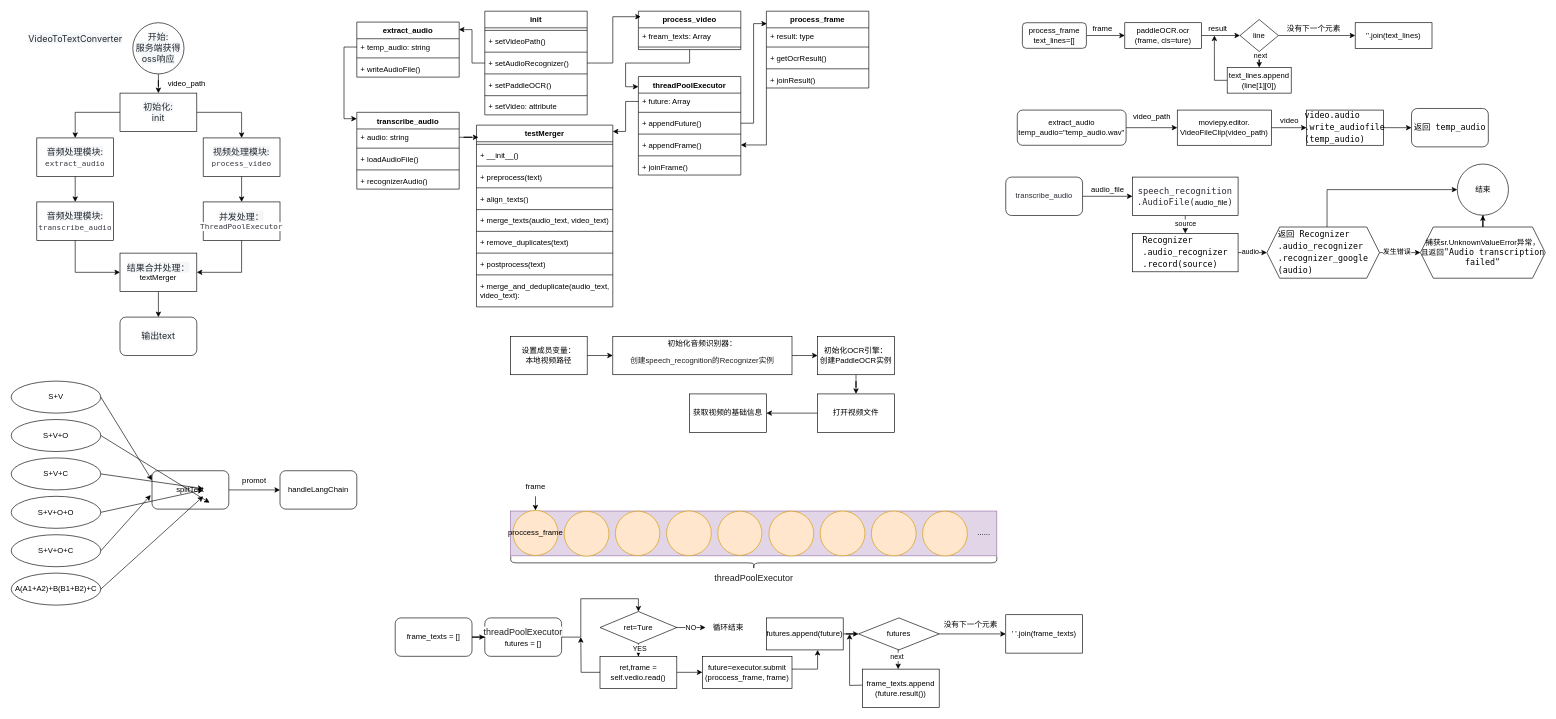
The draw.io diagram 未命名绘图.drawio in gjf610/my-blog, before the edit. Source tidied: cells renumbered, new cells numbered last; positions are measured from the earlier drawing's top-left corner, leaving out a move shared by most shapes. Both pictures are drawn from the tidied source at 64%, with x=0, y=0 at pixel (11, 11).
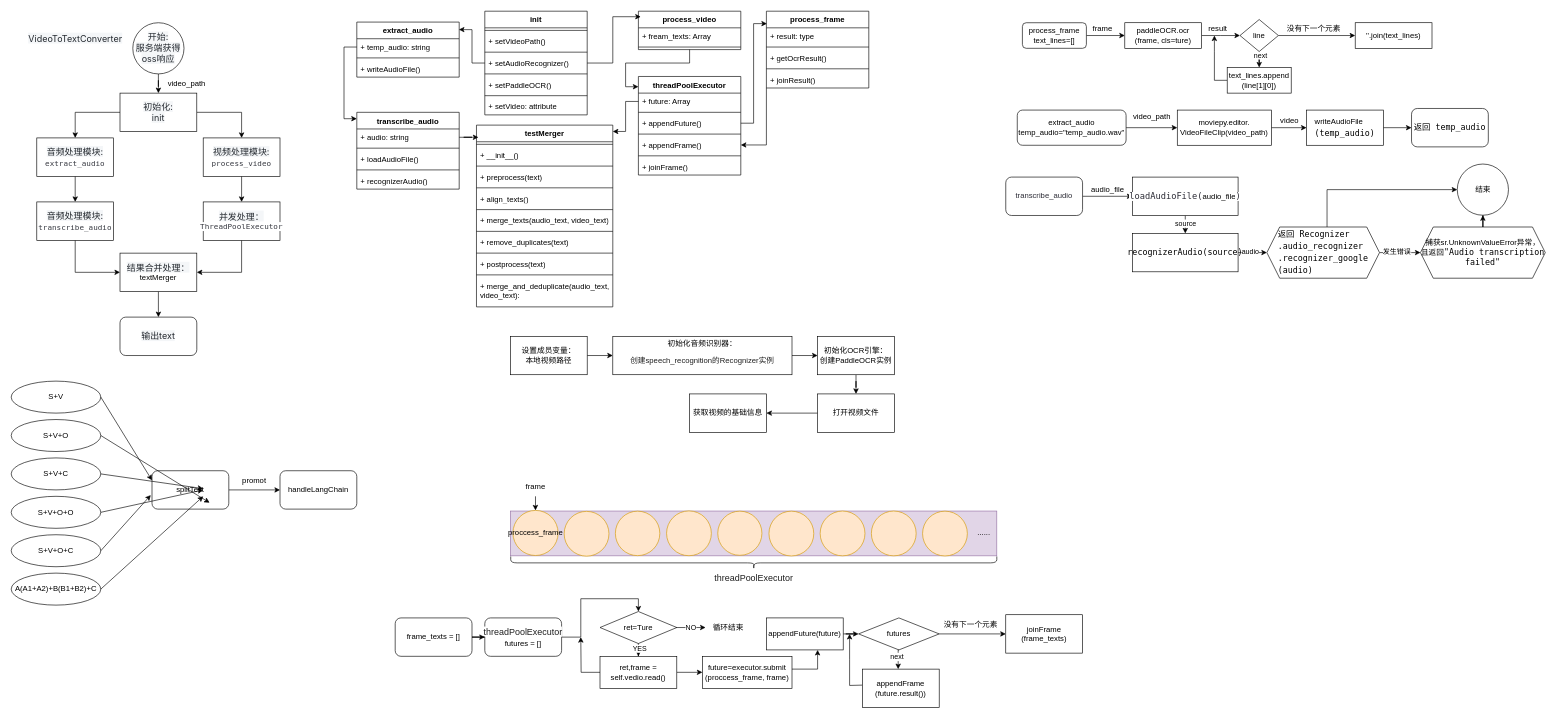
After the change.

Commit message (it also covers changes not shown here):
更新未命名绘图.drawio

What changed in the source:
```diff
@@
-    <mxCell id="129" value="futures.append(future)" style="rounded=0;whiteSpace=wrap;html=1;" parent="1" vertex="1">
+    <mxCell id="129" value="&lt;span style=&quot;text-align: left;&quot;&gt;appendFuture&lt;/span&gt;(future)" style="rounded=0;whiteSpace=wrap;html=1;" parent="1" vertex="1">
       <mxGeometry x="1180" y="948" width="120" height="50" as="geometry" />
     </mxCell>
@@
-    <mxCell id="135" value="frame_texts.append&lt;br&gt;(future.result())" style="rounded=0;whiteSpace=wrap;html=1;" parent="1" vertex="1">
+    <mxCell id="135" value="&lt;span style=&quot;text-align: left;&quot;&gt;appendFrame&lt;/span&gt;&lt;br&gt;(future.result())" style="rounded=0;whiteSpace=wrap;html=1;" parent="1" vertex="1">
       <mxGeometry x="1330" y="1028" width="120" height="60" as="geometry" />
     </mxCell>
@@
-    <mxCell id="139" value="' '.join(frame_texts)" style="rounded=0;whiteSpace=wrap;html=1;" parent="1" vertex="1">
+    <mxCell id="139" value="&lt;span style=&quot;text-align: left;&quot;&gt;joinFrame&lt;br&gt;&lt;/span&gt;(frame_texts)" style="rounded=0;whiteSpace=wrap;html=1;" parent="1" vertex="1">
       <mxGeometry x="1554" y="943" width="120" height="60" as="geometry" />
     </mxCell>
@@
-    <mxCell id="164" value="&lt;pre style=&quot;--un-rotate: 0; --un-rotate-x: 0; --un-rotate-y: 0; --un-rotate-z: 0; --un-scale-x: 1; --un-scale-y: 1; --un-scale-z: 1; --un-skew-x: 0; --un-skew-y: 0; --un-translate-x: 0; --un-translate-y: 0; --un-translate-z: 0; --un-pan-x: ; --un-pan-y: ; --un-pinch-zoom: ; --un-scroll-snap-strictness: proximity; --un-ordinal: ; --un-slashed-zero: ; --un-numeric-figure: ; --un-numeric-spacing: ; --un-numeric-fraction: ; --un-border-spacing-x: 0; --un-border-spacing-y: 0; --un-ring-offset-shadow: 0 0 transparent; --un-ring-shadow: 0 0 transparent; --un-shadow-inset: ; --un-shadow: 0 0 transparent; --un-ring-inset: ; --un-ring-offset-width: 0px; --un-ring-offset-color: #fff; --un-ring-width: 0px; --un-ring-color: rgba(147,197,253,.5); --un-blur: ; --un-brightness: ; --un-contrast: ; --un-drop-shadow: ; --un-grayscale: ; --un-hue-rotate: ; --un-invert: ; --un-saturate: ; --un-sepia: ; --un-backdrop-blur: ; --un-backdrop-brightness: ; --un-backdrop-contrast: ; --un-backdrop-grayscale: ; --un-backdrop-hue-rotate: ; --un-backdrop-invert: ; --un-backdrop-opacity: ; --un-backdrop-saturate: ; --un-backdrop-sepia: ; box-sizing: border-box; font-family: ui-monospace, SFMono-Regular, &amp;quot;SF Mono&amp;quot;, Menlo, Consolas, &amp;quot;Liberation Mono&amp;quot;, monospace; font-size: 13px; line-height: 1.45; margin-top: 0px; margin-bottom: 0px; overflow-wrap: normal; background: var(--TY-Fill-1); border-radius: 6px; overflow: auto; padding: 16px 8px; text-align: left;&quot;&gt;&lt;code style=&quot;--un-rotate: 0; --un-rotate-x: 0; --un-rotate-y: 0; --un-rotate-z: 0; --un-scale-x: 1; --un-scale-y: 1; --un-scale-z: 1; --un-skew-x: 0; --un-skew-y: 0; --un-translate-x: 0; --un-translate-y: 0; --un-translate-z: 0; --un-pan-x: ; --un-pan-y: ; --un-pinch-zoom: ; --un-scroll-snap-strictness: proximity; --un-ordinal: ; --un-slashed-zero: ; --un-numeric-figure: ; --un-numeric-spacing: ; --un-numeric-fraction: ; --un-border-spacing-x: 0; --un-border-spacing-y: 0; --un-ring-offset-shadow: 0 0 transparent; --un-ring-shadow: 0 0 transparent; --un-shadow-inset: ; --un-shadow: 0 0 transparent; --un-ring-inset: ; --un-ring-offset-width: 0px; --un-ring-offset-color: #fff; --un-ring-width: 0px; --un-ring-color: rgba(147,197,253,.5); --un-blur: ; --un-brightness: ; --un-contrast: ; --un-drop-shadow: ; --un-grayscale: ; --un-hue-rotate: ; --un-invert: ; --un-saturate: ; --un-sepia: ; --un-backdrop-blur: ; --un-backdrop-brightness: ; --un-backdrop-contrast: ; --un-backdrop-grayscale: ; --un-backdrop-hue-rotate: ; --un-backdrop-invert: ; --un-backdrop-opacity: ; --un-backdrop-saturate: ; --un-backdrop-sepia: ; box-sizing: border-box; font-family: ui-monospace, SFMono-Regular, &amp;quot;SF Mono&amp;quot;, Menlo, Consolas, &amp;quot;Liberation Mono&amp;quot;, monospace; background: transparent; border-radius: 6px; margin: 0px; padding: 0px; border: 0px; word-break: normal; overflow-wrap: normal; display: inline; line-height: inherit;&quot;&gt;&lt;span style=&quot;--un-rotate: 0; --un-rotate-x: 0; --un-rotate-y: 0; --un-rotate-z: 0; --un-scale-x: 1; --un-scale-y: 1; --un-scale-z: 1; --un-skew-x: 0; --un-skew-y: 0; --un-translate-x: 0; --un-translate-y: 0; --un-translate-z: 0; --un-pan-x: ; --un-pan-y: ; --un-pinch-zoom: ; --un-scroll-snap-strictness: proximity; --un-ordinal: ; --un-slashed-zero: ; --un-numeric-figure: ; --un-numeric-spacing: ; --un-numeric-fraction: ; --un-border-spacing-x: 0; --un-border-spacing-y: 0; --un-ring-offset-shadow: 0 0 transparent; --un-ring-shadow: 0 0 transparent; --un-shadow-inset: ; --un-shadow: 0 0 transparent; --un-ring-inset: ; --un-ring-offset-width: 0px; --un-ring-offset-color: #fff; --un-ring-width: 0px; --un-ring-color: rgba(147,197,253,.5); --un-blur: ; --un-brightness: ; --un-contrast: ; --un-drop-shadow: ; --un-grayscale: ; --un-hue-rotate: ; --un-invert: ; --un-saturate: ; --un-sepia: ; --un-backdrop-blur: ; --un-backdrop-brightness: ; --un-backdrop-contrast: ; --un-backdrop-grayscale: ; --un-backdrop-hue-rotate: ; --un-backdrop-invert: ; --un-backdrop-opacity: ; --un-backdrop-saturate: ; --un-backdrop-sepia: ; box-sizing: border-box;&quot;&gt;video.audio&lt;br&gt;.write_audiofile&lt;br&gt;(temp_audio)&lt;/span&gt;&lt;/code&gt;&lt;/pre&gt;" style="rounded=0;whiteSpace=wrap;html=1;" parent="1" vertex="1">
+    <mxCell id="164" value="&lt;pre style=&quot;--un-rotate: 0; --un-rotate-x: 0; --un-rotate-y: 0; --un-rotate-z: 0; --un-scale-x: 1; --un-scale-y: 1; --un-scale-z: 1; --un-skew-x: 0; --un-skew-y: 0; --un-translate-x: 0; --un-translate-y: 0; --un-translate-z: 0; --un-pan-x: ; --un-pan-y: ; --un-pinch-zoom: ; --un-scroll-snap-strictness: proximity; --un-ordinal: ; --un-slashed-zero: ; --un-numeric-figure: ; --un-numeric-spacing: ; --un-numeric-fraction: ; --un-border-spacing-x: 0; --un-border-spacing-y: 0; --un-ring-offset-shadow: 0 0 transparent; --un-ring-shadow: 0 0 transparent; --un-shadow-inset: ; --un-shadow: 0 0 transparent; --un-ring-inset: ; --un-ring-offset-width: 0px; --un-ring-offset-color: #fff; --un-ring-width: 0px; --un-ring-color: rgba(147,197,253,.5); --un-blur: ; --un-brightness: ; --un-contrast: ; --un-drop-shadow: ; --un-grayscale: ; --un-hue-rotate: ; --un-invert: ; --un-saturate: ; --un-sepia: ; --un-backdrop-blur: ; --un-backdrop-brightness: ; --un-backdrop-contrast: ; --un-backdrop-grayscale: ; --un-backdrop-hue-rotate: ; --un-backdrop-invert: ; --un-backdrop-opacity: ; --un-backdrop-saturate: ; --un-backdrop-sepia: ; box-sizing: border-box; font-family: ui-monospace, SFMono-Regular, &amp;quot;SF Mono&amp;quot;, Menlo, Consolas, &amp;quot;Liberation Mono&amp;quot;, monospace; font-size: 13px; line-height: 1.45; margin-top: 0px; margin-bottom: 0px; overflow-wrap: normal; background: var(--TY-Fill-1); border-radius: 6px; overflow: auto; padding: 16px 8px; text-align: left;&quot;&gt;&lt;code style=&quot;--un-rotate: 0; --un-rotate-x: 0; --un-rotate-y: 0; --un-rotate-z: 0; --un-scale-x: 1; --un-scale-y: 1; --un-scale-z: 1; --un-skew-x: 0; --un-skew-y: 0; --un-translate-x: 0; --un-translate-y: 0; --un-translate-z: 0; --un-pan-x: ; --un-pan-y: ; --un-pinch-zoom: ; --un-scroll-snap-strictness: proximity; --un-ordinal: ; --un-slashed-zero: ; --un-numeric-figure: ; --un-numeric-spacing: ; --un-numeric-fraction: ; --un-border-spacing-x: 0; --un-border-spacing-y: 0; --un-ring-offset-shadow: 0 0 transparent; --un-ring-shadow: 0 0 transparent; --un-shadow-inset: ; --un-shadow: 0 0 transparent; --un-ring-inset: ; --un-ring-offset-width: 0px; --un-ring-offset-color: #fff; --un-ring-width: 0px; --un-ring-color: rgba(147,197,253,.5); --un-blur: ; --un-brightness: ; --un-contrast: ; --un-drop-shadow: ; --un-grayscale: ; --un-hue-rotate: ; --un-invert: ; --un-saturate: ; --un-sepia: ; --un-backdrop-blur: ; --un-backdrop-brightness: ; --un-backdrop-contrast: ; --un-backdrop-grayscale: ; --un-backdrop-hue-rotate: ; --un-backdrop-invert: ; --un-backdrop-opacity: ; --un-backdrop-saturate: ; --un-backdrop-sepia: ; box-sizing: border-box; font-family: ui-monospace, SFMono-Regular, &amp;quot;SF Mono&amp;quot;, Menlo, Consolas, &amp;quot;Liberation Mono&amp;quot;, monospace; background: transparent; border-radius: 6px; margin: 0px; padding: 0px; border: 0px; word-break: normal; overflow-wrap: normal; display: inline; line-height: inherit;&quot;&gt;&lt;span style=&quot;--un-rotate: 0; --un-rotate-x: 0; --un-rotate-y: 0; --un-rotate-z: 0; --un-scale-x: 1; --un-scale-y: 1; --un-scale-z: 1; --un-skew-x: 0; --un-skew-y: 0; --un-translate-x: 0; --un-translate-y: 0; --un-translate-z: 0; --un-pan-x: ; --un-pan-y: ; --un-pinch-zoom: ; --un-scroll-snap-strictness: proximity; --un-ordinal: ; --un-slashed-zero: ; --un-numeric-figure: ; --un-numeric-spacing: ; --un-numeric-fraction: ; --un-border-spacing-x: 0; --un-border-spacing-y: 0; --un-ring-offset-shadow: 0 0 transparent; --un-ring-shadow: 0 0 transparent; --un-shadow-inset: ; --un-shadow: 0 0 transparent; --un-ring-inset: ; --un-ring-offset-width: 0px; --un-ring-offset-color: #fff; --un-ring-width: 0px; --un-ring-color: rgba(147,197,253,.5); --un-blur: ; --un-brightness: ; --un-contrast: ; --un-drop-shadow: ; --un-grayscale: ; --un-hue-rotate: ; --un-invert: ; --un-saturate: ; --un-sepia: ; --un-backdrop-blur: ; --un-backdrop-brightness: ; --un-backdrop-contrast: ; --un-backdrop-grayscale: ; --un-backdrop-hue-rotate: ; --un-backdrop-invert: ; --un-backdrop-opacity: ; --un-backdrop-saturate: ; --un-backdrop-sepia: ; box-sizing: border-box;&quot;&gt;&lt;span style=&quot;font-family: Helvetica; font-size: 12px; white-space: normal;&quot;&gt;writeAudioFile&lt;br&gt;&lt;/span&gt;(temp_audio)&lt;/span&gt;&lt;/code&gt;&lt;/pre&gt;" style="rounded=0;whiteSpace=wrap;html=1;" parent="1" vertex="1">
       <mxGeometry x="2024" y="154.5" width="120" height="55" as="geometry" />
     </mxCell>
@@
-    <mxCell id="171" value="&lt;span style=&quot;background-color: rgb(255, 255, 255);&quot;&gt;&lt;span style=&quot;color: rgb(44, 44, 54); font-family: ui-monospace, SFMono-Regular, &amp;quot;SF Mono&amp;quot;, Menlo, Consolas, &amp;quot;Liberation Mono&amp;quot;, monospace; font-size: 13.6px; text-align: left; white-space-collapse: break-spaces;&quot;&gt;speech_recognition&lt;br&gt;.&lt;/span&gt;&lt;span style=&quot;color: rgb(44, 44, 54); font-family: ui-monospace, SFMono-Regular, &amp;quot;SF Mono&amp;quot;, Menlo, Consolas, &amp;quot;Liberation Mono&amp;quot;, monospace; font-size: 13.6px; text-align: left; white-space-collapse: break-spaces;&quot;&gt;AudioFile(&lt;/span&gt;&lt;/span&gt;&lt;span style=&quot;text-wrap-mode: nowrap;&quot;&gt;audio_file&lt;/span&gt;&lt;span style=&quot;background-color: rgb(255, 255, 255);&quot;&gt;&lt;span style=&quot;color: rgb(44, 44, 54); font-family: ui-monospace, SFMono-Regular, &amp;quot;SF Mono&amp;quot;, Menlo, Consolas, &amp;quot;Liberation Mono&amp;quot;, monospace; font-size: 13.6px; text-align: left; white-space-collapse: break-spaces;&quot;&gt;)&lt;/span&gt;&lt;/span&gt;" style="rounded=0;whiteSpace=wrap;html=1;" parent="1" vertex="1">
+    <mxCell id="171" value="&lt;span style=&quot;background-color: rgb(255, 255, 255);&quot;&gt;&lt;span style=&quot;color: rgb(44, 44, 54); font-family: ui-monospace, SFMono-Regular, &amp;quot;SF Mono&amp;quot;, Menlo, Consolas, &amp;quot;Liberation Mono&amp;quot;, monospace; font-size: 13.6px; text-align: left; white-space-collapse: break-spaces;&quot;&gt;loadAudioFile(&lt;/span&gt;&lt;/span&gt;&lt;span style=&quot;text-wrap-mode: nowrap;&quot;&gt;audio_file&lt;/span&gt;&lt;span style=&quot;background-color: rgb(255, 255, 255);&quot;&gt;&lt;span style=&quot;color: rgb(44, 44, 54); font-family: ui-monospace, SFMono-Regular, &amp;quot;SF Mono&amp;quot;, Menlo, Consolas, &amp;quot;Liberation Mono&amp;quot;, monospace; font-size: 13.6px; text-align: left; white-space-collapse: break-spaces;&quot;&gt;)&lt;/span&gt;&lt;/span&gt;" style="rounded=0;whiteSpace=wrap;html=1;" parent="1" vertex="1">
       <mxGeometry x="1752" y="259.2" width="165" height="60" as="geometry" />
     </mxCell>
@@
-    <mxCell id="175" value="&lt;pre style=&quot;--un-rotate: 0; --un-rotate-x: 0; --un-rotate-y: 0; --un-rotate-z: 0; --un-scale-x: 1; --un-scale-y: 1; --un-scale-z: 1; --un-skew-x: 0; --un-skew-y: 0; --un-translate-x: 0; --un-translate-y: 0; --un-translate-z: 0; --un-pan-x: ; --un-pan-y: ; --un-pinch-zoom: ; --un-scroll-snap-strictness: proximity; --un-ordinal: ; --un-slashed-zero: ; --un-numeric-figure: ; --un-numeric-spacing: ; --un-numeric-fraction: ; --un-border-spacing-x: 0; --un-border-spacing-y: 0; --un-ring-offset-shadow: 0 0 transparent; --un-ring-shadow: 0 0 transparent; --un-shadow-inset: ; --un-shadow: 0 0 transparent; --un-ring-inset: ; --un-ring-offset-width: 0px; --un-ring-offset-color: #fff; --un-ring-width: 0px; --un-ring-color: rgba(147,197,253,.5); --un-blur: ; --un-brightness: ; --un-contrast: ; --un-drop-shadow: ; --un-grayscale: ; --un-hue-rotate: ; --un-invert: ; --un-saturate: ; --un-sepia: ; --un-backdrop-blur: ; --un-backdrop-brightness: ; --un-backdrop-contrast: ; --un-backdrop-grayscale: ; --un-backdrop-hue-rotate: ; --un-backdrop-invert: ; --un-backdrop-opacity: ; --un-backdrop-saturate: ; --un-backdrop-sepia: ; box-sizing: border-box; font-family: ui-monospace, SFMono-Regular, &amp;quot;SF Mono&amp;quot;, Menlo, Consolas, &amp;quot;Liberation Mono&amp;quot;, monospace; font-size: 13px; line-height: 1.45; margin-top: 0px; margin-bottom: 0px; overflow-wrap: normal; background: var(--TY-Fill-1); border-radius: 6px; overflow: auto; padding: 16px 8px; text-align: left;&quot;&gt;&lt;code style=&quot;--un-rotate: 0; --un-rotate-x: 0; --un-rotate-y: 0; --un-rotate-z: 0; --un-scale-x: 1; --un-scale-y: 1; --un-scale-z: 1; --un-skew-x: 0; --un-skew-y: 0; --un-translate-x: 0; --un-translate-y: 0; --un-translate-z: 0; --un-pan-x: ; --un-pan-y: ; --un-pinch-zoom: ; --un-scroll-snap-strictness: proximity; --un-ordinal: ; --un-slashed-zero: ; --un-numeric-figure: ; --un-numeric-spacing: ; --un-numeric-fraction: ; --un-border-spacing-x: 0; --un-border-spacing-y: 0; --un-ring-offset-shadow: 0 0 transparent; --un-ring-shadow: 0 0 transparent; --un-shadow-inset: ; --un-shadow: 0 0 transparent; --un-ring-inset: ; --un-ring-offset-width: 0px; --un-ring-offset-color: #fff; --un-ring-width: 0px; --un-ring-color: rgba(147,197,253,.5); --un-blur: ; --un-brightness: ; --un-contrast: ; --un-drop-shadow: ; --un-grayscale: ; --un-hue-rotate: ; --un-invert: ; --un-saturate: ; --un-sepia: ; --un-backdrop-blur: ; --un-backdrop-brightness: ; --un-backdrop-contrast: ; --un-backdrop-grayscale: ; --un-backdrop-hue-rotate: ; --un-backdrop-invert: ; --un-backdrop-opacity: ; --un-backdrop-saturate: ; --un-backdrop-sepia: ; box-sizing: border-box; font-family: ui-monospace, SFMono-Regular, &amp;quot;SF Mono&amp;quot;, Menlo, Consolas, &amp;quot;Liberation Mono&amp;quot;, monospace; background: transparent; border-radius: 6px; margin: 0px; padding: 0px; border: 0px; word-break: normal; overflow-wrap: normal; display: inline; line-height: inherit;&quot;&gt;Recognizer&lt;br/&gt;.audio_recognizer&lt;br&gt;.record(source)&lt;/code&gt;&lt;/pre&gt;" style="rounded=0;whiteSpace=wrap;html=1;" parent="1" vertex="1">
+    <mxCell id="175" value="&lt;pre style=&quot;--un-rotate: 0; --un-rotate-x: 0; --un-rotate-y: 0; --un-rotate-z: 0; --un-scale-x: 1; --un-scale-y: 1; --un-scale-z: 1; --un-skew-x: 0; --un-skew-y: 0; --un-translate-x: 0; --un-translate-y: 0; --un-translate-z: 0; --un-pan-x: ; --un-pan-y: ; --un-pinch-zoom: ; --un-scroll-snap-strictness: proximity; --un-ordinal: ; --un-slashed-zero: ; --un-numeric-figure: ; --un-numeric-spacing: ; --un-numeric-fraction: ; --un-border-spacing-x: 0; --un-border-spacing-y: 0; --un-ring-offset-shadow: 0 0 transparent; --un-ring-shadow: 0 0 transparent; --un-shadow-inset: ; --un-shadow: 0 0 transparent; --un-ring-inset: ; --un-ring-offset-width: 0px; --un-ring-offset-color: #fff; --un-ring-width: 0px; --un-ring-color: rgba(147,197,253,.5); --un-blur: ; --un-brightness: ; --un-contrast: ; --un-drop-shadow: ; --un-grayscale: ; --un-hue-rotate: ; --un-invert: ; --un-saturate: ; --un-sepia: ; --un-backdrop-blur: ; --un-backdrop-brightness: ; --un-backdrop-contrast: ; --un-backdrop-grayscale: ; --un-backdrop-hue-rotate: ; --un-backdrop-invert: ; --un-backdrop-opacity: ; --un-backdrop-saturate: ; --un-backdrop-sepia: ; box-sizing: border-box; font-family: ui-monospace, SFMono-Regular, &amp;quot;SF Mono&amp;quot;, Menlo, Consolas, &amp;quot;Liberation Mono&amp;quot;, monospace; font-size: 13px; line-height: 1.45; margin-top: 0px; margin-bottom: 0px; overflow-wrap: normal; background: var(--TY-Fill-1); border-radius: 6px; overflow: auto; padding: 16px 8px; text-align: left;&quot;&gt;&lt;code style=&quot;--un-rotate: 0; --un-rotate-x: 0; --un-rotate-y: 0; --un-rotate-z: 0; --un-scale-x: 1; --un-scale-y: 1; --un-scale-z: 1; --un-skew-x: 0; --un-skew-y: 0; --un-translate-x: 0; --un-translate-y: 0; --un-translate-z: 0; --un-pan-x: ; --un-pan-y: ; --un-pinch-zoom: ; --un-scroll-snap-strictness: proximity; --un-ordinal: ; --un-slashed-zero: ; --un-numeric-figure: ; --un-numeric-spacing: ; --un-numeric-fraction: ; --un-border-spacing-x: 0; --un-border-spacing-y: 0; --un-ring-offset-shadow: 0 0 transparent; --un-ring-shadow: 0 0 transparent; --un-shadow-inset: ; --un-shadow: 0 0 transparent; --un-ring-inset: ; --un-ring-offset-width: 0px; --un-ring-offset-color: #fff; --un-ring-width: 0px; --un-ring-color: rgba(147,197,253,.5); --un-blur: ; --un-brightness: ; --un-contrast: ; --un-drop-shadow: ; --un-grayscale: ; --un-hue-rotate: ; --un-invert: ; --un-saturate: ; --un-sepia: ; --un-backdrop-blur: ; --un-backdrop-brightness: ; --un-backdrop-contrast: ; --un-backdrop-grayscale: ; --un-backdrop-hue-rotate: ; --un-backdrop-invert: ; --un-backdrop-opacity: ; --un-backdrop-saturate: ; --un-backdrop-sepia: ; box-sizing: border-box; font-family: ui-monospace, SFMono-Regular, &amp;quot;SF Mono&amp;quot;, Menlo, Consolas, &amp;quot;Liberation Mono&amp;quot;, monospace; background: transparent; border-radius: 6px; margin: 0px; padding: 0px; border: 0px; word-break: normal; overflow-wrap: normal; display: inline; line-height: inherit;&quot;&gt;recognizerAudio(source)&lt;/code&gt;&lt;/pre&gt;" style="rounded=0;whiteSpace=wrap;html=1;" parent="1" vertex="1">
       <mxGeometry x="1752" y="347.2" width="165" height="60" as="geometry" />
     </mxCell>
```
